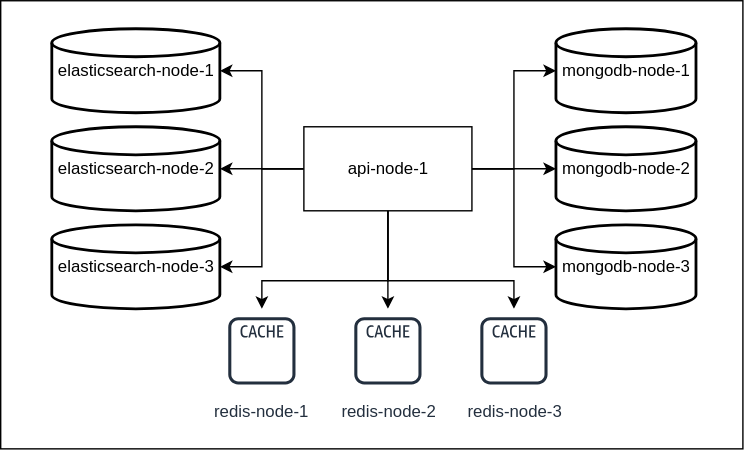
This is src/main/resources/architecture.svg from E6L1PS/train-ticket-sales-app, a draw.io export, as it was before one commit. Source tidied: cells renumbered, new cells last; positions are measured from the earlier drawing's top-left corner, leaving out a move shared by most shapes.
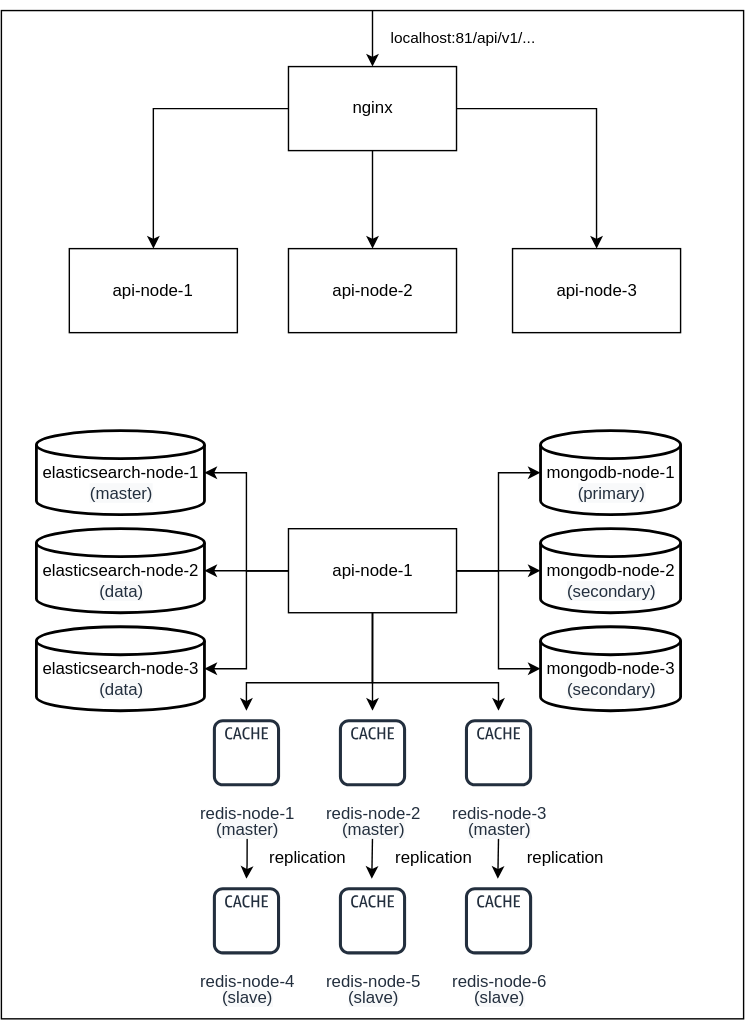
After the change.

Change to the diagram source:
```diff
@@ -3,8 +3,13 @@
     <mxCell id="0" />
     <mxCell id="1" parent="0" />
     <mxCell id="2" style="rounded=0;whiteSpace=wrap;html=1;" parent="1" vertex="1">
-      <mxGeometry width="530" height="320" as="geometry" />
+      <mxGeometry x="11.5" y="-280" width="530" height="720" as="geometry" />
     </mxCell>
+    <mxCell id="22" style="edgeStyle=orthogonalEdgeStyle;rounded=0;jettySize=auto;html=1;" parent="1" edge="1" target="23">
+      <mxGeometry relative="1" as="geometry">
+        <mxPoint x="187" y="310" as="sourcePoint" />
+      </mxGeometry>
+    </mxCell>
     <mxCell id="3" value="redis-node-1" style="sketch=0;outlineConnect=0;fontColor=#232F3E;gradientColor=none;strokeColor=#232F3E;fillColor=#ffffff;dashed=0;verticalLabelPosition=bottom;verticalAlign=top;align=center;html=1;fontSize=12;fontStyle=0;shape=mxgraph.aws4.resourceIcon;resIcon=mxgraph.aws4.cache_node;" parent="1" vertex="1">
       <mxGeometry x="156.5" y="220" width="60" height="60" as="geometry" />
     </mxCell>
@@ -92,5 +97,95 @@
         </Array>
       </mxGeometry>
     </mxCell>
+    <mxCell id="23" value="redis-node-4" style="sketch=0;outlineConnect=0;fontColor=#232F3E;gradientColor=none;strokeColor=#232F3E;fillColor=#ffffff;dashed=0;verticalLabelPosition=bottom;verticalAlign=top;align=center;html=1;fontSize=12;fontStyle=0;shape=mxgraph.aws4.resourceIcon;resIcon=mxgraph.aws4.cache_node;" parent="1" vertex="1">
+      <mxGeometry x="156.5" y="340" width="60" height="60" as="geometry" />
+    </mxCell>
+    <mxCell id="24" value="redis-node-5" style="sketch=0;fontColor=#232F3E;gradientColor=none;strokeColor=#232F3E;fillColor=#ffffff;dashed=0;verticalLabelPosition=bottom;verticalAlign=top;align=center;html=1;fontSize=12;fontStyle=0;shape=mxgraph.aws4.resourceIcon;resIcon=mxgraph.aws4.cache_node;" parent="1" vertex="1">
+      <mxGeometry x="246.5" y="340" width="60" height="60" as="geometry" />
+    </mxCell>
+    <mxCell id="25" value="redis-node-6" style="sketch=0;fontColor=#232F3E;gradientColor=none;strokeColor=#232F3E;fillColor=#ffffff;dashed=0;verticalLabelPosition=bottom;verticalAlign=top;align=center;html=1;fontSize=12;fontStyle=0;shape=mxgraph.aws4.resourceIcon;resIcon=mxgraph.aws4.cache_node;" parent="1" vertex="1">
+      <mxGeometry x="336.5" y="340" width="60" height="60" as="geometry" />
+    </mxCell>
+    <mxCell id="26" style="edgeStyle=orthogonalEdgeStyle;rounded=0;orthogonalLoop=1;jettySize=auto;html=1;" parent="1" edge="1">
+      <mxGeometry relative="1" as="geometry">
+        <mxPoint x="276.5" y="310" as="sourcePoint" />
+        <mxPoint x="276" y="340" as="targetPoint" />
+      </mxGeometry>
+    </mxCell>
+    <mxCell id="27" style="edgeStyle=orthogonalEdgeStyle;rounded=0;orthogonalLoop=1;jettySize=auto;html=1;" parent="1" edge="1">
+      <mxGeometry relative="1" as="geometry">
+        <mxPoint x="366.5" y="310" as="sourcePoint" />
+        <mxPoint x="366" y="340" as="targetPoint" />
+      </mxGeometry>
+    </mxCell>
+    <mxCell id="28" value="replication" style="text;html=1;align=center;verticalAlign=middle;strokeColor=none;fillColor=none;" parent="1" vertex="1">
+      <mxGeometry x="374" y="310" width="80" height="30" as="geometry" />
+    </mxCell>
+    <mxCell id="29" value="replication" style="text;html=1;align=center;verticalAlign=middle;strokeColor=none;fillColor=none;" parent="1" vertex="1">
+      <mxGeometry x="280" y="310" width="80" height="30" as="geometry" />
+    </mxCell>
+    <mxCell id="30" value="replication" style="text;html=1;align=center;verticalAlign=middle;strokeColor=none;fillColor=none;" parent="1" vertex="1">
+      <mxGeometry x="190" y="310" width="80" height="30" as="geometry" />
+    </mxCell>
+    <mxCell id="31" value="&lt;span style=&quot;color: rgb(35, 47, 62); font-family: Helvetica; font-size: 12px; font-style: normal; font-variant-ligatures: normal; font-variant-caps: normal; font-weight: 400; letter-spacing: normal; orphans: 2; text-align: center; text-indent: 0px; text-transform: none; widows: 2; word-spacing: 0px; -webkit-text-stroke-width: 0px; background-color: rgb(248, 249, 250); text-decoration-thickness: initial; text-decoration-style: initial; text-decoration-color: initial; float: none; display: inline !important;&quot;&gt;(master)&lt;/span&gt;" style="text;html=1;align=center;verticalAlign=middle;strokeColor=none;fillColor=none;" parent="1" vertex="1">
+      <mxGeometry x="151.5" y="290" width="70" height="30" as="geometry" />
+    </mxCell>
+    <mxCell id="32" value="&lt;span style=&quot;color: rgb(35, 47, 62); font-family: Helvetica; font-size: 12px; font-style: normal; font-variant-ligatures: normal; font-variant-caps: normal; font-weight: 400; letter-spacing: normal; orphans: 2; text-align: center; text-indent: 0px; text-transform: none; widows: 2; word-spacing: 0px; -webkit-text-stroke-width: 0px; background-color: rgb(248, 249, 250); text-decoration-thickness: initial; text-decoration-style: initial; text-decoration-color: initial; float: none; display: inline !important;&quot;&gt;(master)&lt;/span&gt;" style="text;html=1;align=center;verticalAlign=middle;strokeColor=none;fillColor=none;" parent="1" vertex="1">
+      <mxGeometry x="241.5" y="290" width="70" height="30" as="geometry" />
+    </mxCell>
+    <mxCell id="33" value="&lt;span style=&quot;color: rgb(35, 47, 62); font-family: Helvetica; font-size: 12px; font-style: normal; font-variant-ligatures: normal; font-variant-caps: normal; font-weight: 400; letter-spacing: normal; orphans: 2; text-align: center; text-indent: 0px; text-transform: none; widows: 2; word-spacing: 0px; -webkit-text-stroke-width: 0px; background-color: rgb(248, 249, 250); text-decoration-thickness: initial; text-decoration-style: initial; text-decoration-color: initial; float: none; display: inline !important;&quot;&gt;(master)&lt;/span&gt;" style="text;html=1;align=center;verticalAlign=middle;strokeColor=none;fillColor=none;" parent="1" vertex="1">
+      <mxGeometry x="331.5" y="290" width="70" height="30" as="geometry" />
+    </mxCell>
+    <mxCell id="34" value="&lt;span style=&quot;color: rgb(35, 47, 62); font-family: Helvetica; font-size: 12px; font-style: normal; font-variant-ligatures: normal; font-variant-caps: normal; font-weight: 400; letter-spacing: normal; orphans: 2; text-align: center; text-indent: 0px; text-transform: none; widows: 2; word-spacing: 0px; -webkit-text-stroke-width: 0px; background-color: rgb(248, 249, 250); text-decoration-thickness: initial; text-decoration-style: initial; text-decoration-color: initial; float: none; display: inline !important;&quot;&gt;(slave)&lt;/span&gt;" style="text;html=1;align=center;verticalAlign=middle;strokeColor=none;fillColor=none;" parent="1" vertex="1">
+      <mxGeometry x="156.5" y="410" width="60" height="30" as="geometry" />
+    </mxCell>
+    <mxCell id="35" value="&lt;span style=&quot;color: rgb(35, 47, 62); font-family: Helvetica; font-size: 12px; font-style: normal; font-variant-ligatures: normal; font-variant-caps: normal; font-weight: 400; letter-spacing: normal; orphans: 2; text-align: center; text-indent: 0px; text-transform: none; widows: 2; word-spacing: 0px; -webkit-text-stroke-width: 0px; background-color: rgb(248, 249, 250); text-decoration-thickness: initial; text-decoration-style: initial; text-decoration-color: initial; float: none; display: inline !important;&quot;&gt;(slave)&lt;/span&gt;" style="text;html=1;align=center;verticalAlign=middle;strokeColor=none;fillColor=none;" parent="1" vertex="1">
+      <mxGeometry x="246.5" y="410" width="60" height="30" as="geometry" />
+    </mxCell>
+    <mxCell id="36" value="&lt;span style=&quot;color: rgb(35, 47, 62); font-family: Helvetica; font-size: 12px; font-style: normal; font-variant-ligatures: normal; font-variant-caps: normal; font-weight: 400; letter-spacing: normal; orphans: 2; text-align: center; text-indent: 0px; text-transform: none; widows: 2; word-spacing: 0px; -webkit-text-stroke-width: 0px; background-color: rgb(248, 249, 250); text-decoration-thickness: initial; text-decoration-style: initial; text-decoration-color: initial; float: none; display: inline !important;&quot;&gt;(slave)&lt;/span&gt;" style="text;html=1;align=center;verticalAlign=middle;strokeColor=none;fillColor=none;" parent="1" vertex="1">
+      <mxGeometry x="336.5" y="410" width="60" height="30" as="geometry" />
+    </mxCell>
+    <mxCell id="37" value="api-node-1" style="rounded=0;whiteSpace=wrap;html=1;" parent="1" vertex="1">
+      <mxGeometry x="60" y="-110" width="120" height="60" as="geometry" />
+    </mxCell>
+    <mxCell id="38" value="api-node-2" style="rounded=0;whiteSpace=wrap;html=1;" parent="1" vertex="1">
+      <mxGeometry x="216.5" y="-110" width="120" height="60" as="geometry" />
+    </mxCell>
+    <mxCell id="39" value="api-node-3" style="rounded=0;whiteSpace=wrap;html=1;" parent="1" vertex="1">
+      <mxGeometry x="376.5" y="-110" width="120" height="60" as="geometry" />
+    </mxCell>
+    <mxCell id="40" style="edgeStyle=orthogonalEdgeStyle;rounded=0;jettySize=auto;html=1;exitX=0;exitY=0.5;exitDx=0;exitDy=0;entryX=0.5;entryY=0;entryDx=0;entryDy=0;" parent="1" edge="1" source="43" target="37">
+      <mxGeometry relative="1" as="geometry" />
+    </mxCell>
+    <mxCell id="41" style="edgeStyle=orthogonalEdgeStyle;rounded=0;jettySize=auto;html=1;exitX=0.5;exitY=1;exitDx=0;exitDy=0;" parent="1" edge="1" source="43" target="38">
+      <mxGeometry relative="1" as="geometry" />
+    </mxCell>
+    <mxCell id="42" style="edgeStyle=orthogonalEdgeStyle;rounded=0;jettySize=auto;html=1;exitX=1;exitY=0.5;exitDx=0;exitDy=0;entryX=0.5;entryY=0;entryDx=0;entryDy=0;" parent="1" edge="1" source="43" target="39">
+      <mxGeometry relative="1" as="geometry" />
+    </mxCell>
+    <mxCell id="43" value="nginx" style="rounded=0;whiteSpace=wrap;html=1;" parent="1" vertex="1">
+      <mxGeometry x="216.5" y="-240" width="120" height="60" as="geometry" />
+    </mxCell>
+    <mxCell id="44" value="localhost:81/api/v1/..." style="edgeStyle=orthogonalEdgeStyle;rounded=0;jettySize=auto;html=1;exitX=0.5;exitY=0;exitDx=0;exitDy=0;entryX=0.5;entryY=0;entryDx=0;entryDy=0;" parent="1" edge="1" source="2" target="43">
+      <mxGeometry y="64" relative="1" as="geometry" />
+    </mxCell>
+    <mxCell id="45" value="&lt;span style=&quot;color: rgb(35, 47, 62); font-family: Helvetica; font-size: 12px; font-style: normal; font-variant-ligatures: normal; font-variant-caps: normal; font-weight: 400; letter-spacing: normal; orphans: 2; text-align: center; text-indent: 0px; text-transform: none; widows: 2; word-spacing: 0px; -webkit-text-stroke-width: 0px; background-color: rgb(248, 249, 250); text-decoration-thickness: initial; text-decoration-style: initial; text-decoration-color: initial; float: none; display: inline !important;&quot;&gt;(primary)&lt;/span&gt;" style="text;html=1;align=center;verticalAlign=middle;strokeColor=none;fillColor=none;" parent="1" vertex="1">
+      <mxGeometry x="411.5" y="50" width="70" height="30" as="geometry" />
+    </mxCell>
+    <mxCell id="46" value="&lt;span style=&quot;color: rgb(35, 47, 62); font-family: Helvetica; font-size: 12px; font-style: normal; font-variant-ligatures: normal; font-variant-caps: normal; font-weight: 400; letter-spacing: normal; orphans: 2; text-align: center; text-indent: 0px; text-transform: none; widows: 2; word-spacing: 0px; -webkit-text-stroke-width: 0px; background-color: rgb(248, 249, 250); text-decoration-thickness: initial; text-decoration-style: initial; text-decoration-color: initial; float: none; display: inline !important;&quot;&gt;(secondary)&lt;/span&gt;" style="text;html=1;align=center;verticalAlign=middle;strokeColor=none;fillColor=none;" parent="1" vertex="1">
+      <mxGeometry x="401.5" y="120" width="90" height="30" as="geometry" />
+    </mxCell>
+    <mxCell id="47" value="&lt;span style=&quot;color: rgb(35, 47, 62); font-family: Helvetica; font-size: 12px; font-style: normal; font-variant-ligatures: normal; font-variant-caps: normal; font-weight: 400; letter-spacing: normal; orphans: 2; text-align: center; text-indent: 0px; text-transform: none; widows: 2; word-spacing: 0px; -webkit-text-stroke-width: 0px; background-color: rgb(248, 249, 250); text-decoration-thickness: initial; text-decoration-style: initial; text-decoration-color: initial; float: none; display: inline !important;&quot;&gt;(secondary)&lt;/span&gt;" style="text;html=1;align=center;verticalAlign=middle;strokeColor=none;fillColor=none;" parent="1" vertex="1">
+      <mxGeometry x="401.5" y="190" width="90" height="30" as="geometry" />
+    </mxCell>
+    <mxCell id="48" value="&lt;span style=&quot;color: rgb(35, 47, 62); font-family: Helvetica; font-size: 12px; font-style: normal; font-variant-ligatures: normal; font-variant-caps: normal; font-weight: 400; letter-spacing: normal; orphans: 2; text-align: center; text-indent: 0px; text-transform: none; widows: 2; word-spacing: 0px; -webkit-text-stroke-width: 0px; background-color: rgb(248, 249, 250); text-decoration-thickness: initial; text-decoration-style: initial; text-decoration-color: initial; float: none; display: inline !important;&quot;&gt;(master)&lt;/span&gt;" style="text;html=1;align=center;verticalAlign=middle;strokeColor=none;fillColor=none;" parent="1" vertex="1">
+      <mxGeometry x="61.5" y="50" width="70" height="30" as="geometry" />
+    </mxCell>
+    <mxCell id="49" value="&lt;span style=&quot;color: rgb(35, 47, 62); font-family: Helvetica; font-size: 12px; font-style: normal; font-variant-ligatures: normal; font-variant-caps: normal; font-weight: 400; letter-spacing: normal; orphans: 2; text-align: center; text-indent: 0px; text-transform: none; widows: 2; word-spacing: 0px; -webkit-text-stroke-width: 0px; background-color: rgb(248, 249, 250); text-decoration-thickness: initial; text-decoration-style: initial; text-decoration-color: initial; float: none; display: inline !important;&quot;&gt;(data)&lt;/span&gt;" style="text;html=1;align=center;verticalAlign=middle;strokeColor=none;fillColor=none;" parent="1" vertex="1">
+      <mxGeometry x="71.5" y="120" width="50" height="30" as="geometry" />
+    </mxCell>
+    <mxCell id="50" value="&lt;span style=&quot;color: rgb(35, 47, 62); font-family: Helvetica; font-size: 12px; font-style: normal; font-variant-ligatures: normal; font-variant-caps: normal; font-weight: 400; letter-spacing: normal; orphans: 2; text-align: center; text-indent: 0px; text-transform: none; widows: 2; word-spacing: 0px; -webkit-text-stroke-width: 0px; background-color: rgb(248, 249, 250); text-decoration-thickness: initial; text-decoration-style: initial; text-decoration-color: initial; float: none; display: inline !important;&quot;&gt;(data)&lt;/span&gt;" style="text;html=1;align=center;verticalAlign=middle;strokeColor=none;fillColor=none;" parent="1" vertex="1">
+      <mxGeometry x="71.5" y="190" width="50" height="30" as="geometry" />
+    </mxCell>
   </root>
 </mxGraphModel>
```
